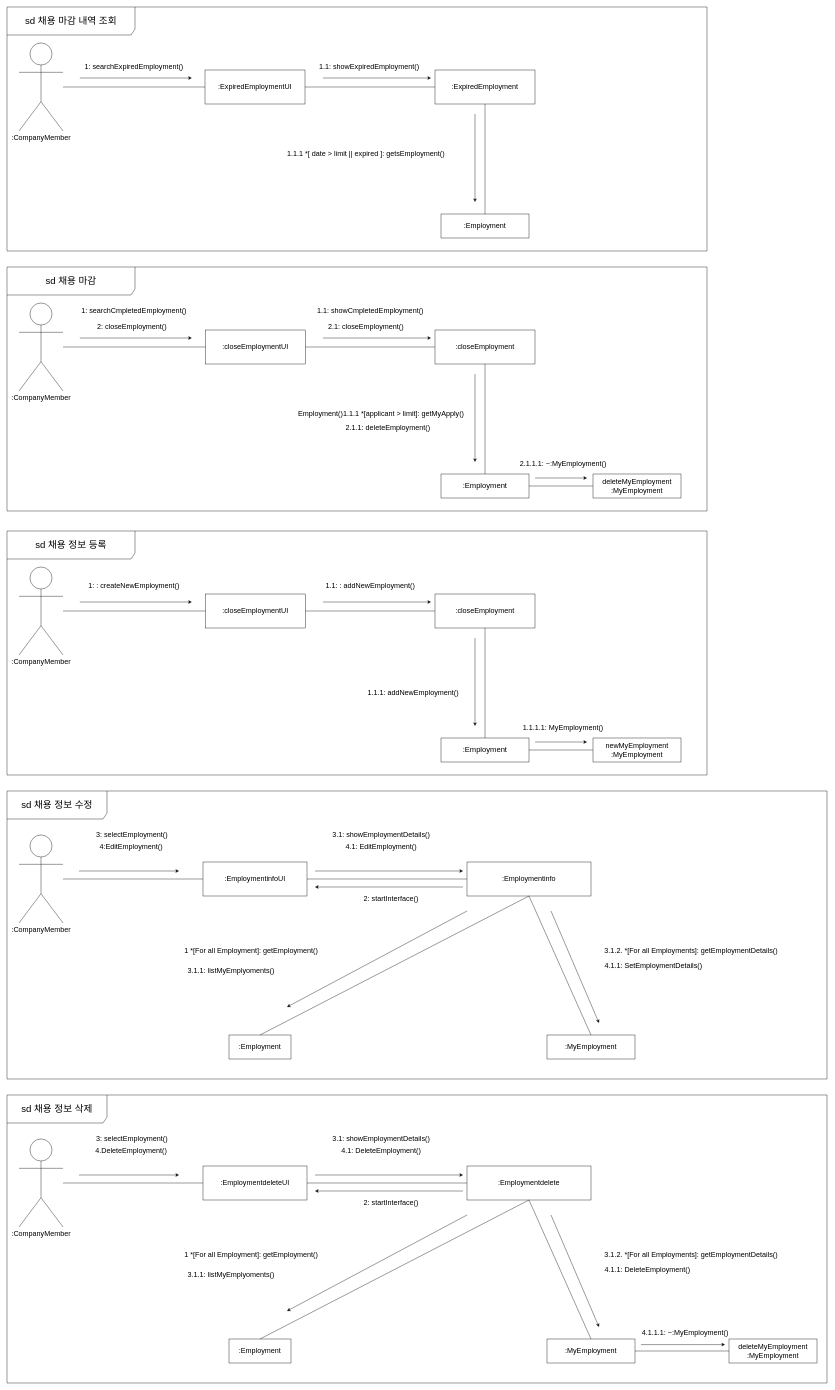
Before: communication-diagram-GOS.drawio in yongun2/2023-hongik-software-engineering, a draw.io diagram. Source tidied: cells renumbered, new cells numbered last; positions are measured from the earlier drawing's top-left corner, leaving out a move shared by most shapes. Both pictures are drawn from the tidied source at 40%, with x=0, y=0 at pixel (7, 7).
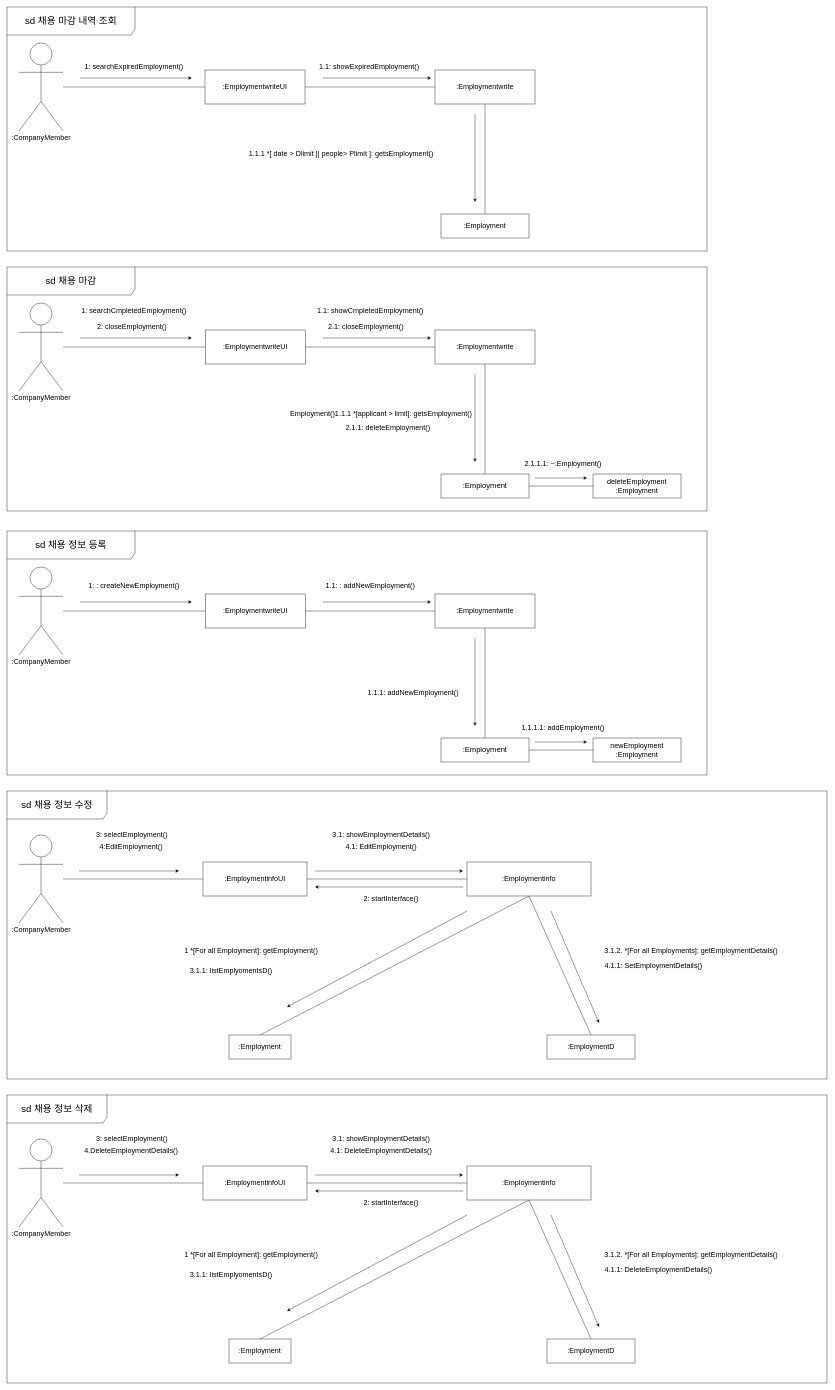
After the change.

Commit message:
권오선 communication diagram ver.2

Change to the diagram source:
```diff
@@
-    <mxCell id="3" value="&lt;font style=&quot;font-size: 18px;&quot;&gt;:ExpiredEmploymentUI&lt;/font&gt;" style="rounded=0;whiteSpace=wrap;html=1;" parent="1" vertex="1">
+    <mxCell id="3" value="&lt;font style=&quot;font-size: 18px;&quot;&gt;:Employmentwrite&lt;/font&gt;&lt;span style=&quot;font-size: 18px; background-color: initial;&quot;&gt;UI&lt;/span&gt;" style="rounded=0;whiteSpace=wrap;html=1;" parent="1" vertex="1">
       <mxGeometry x="495" y="157.5" width="250" height="85" as="geometry" />
     </mxCell>
-    <mxCell id="4" value="&lt;font style=&quot;font-size: 18px;&quot;&gt;&lt;font style=&quot;font-size: 18px;&quot;&gt;:&lt;/font&gt;ExpiredEmployment&lt;/font&gt;" style="rounded=0;whiteSpace=wrap;html=1;" parent="1" vertex="1">
+    <mxCell id="4" value="&lt;font style=&quot;font-size: 18px;&quot;&gt;&lt;font style=&quot;font-size: 18px;&quot;&gt;&lt;font style=&quot;font-size: 18px;&quot;&gt;:&lt;/font&gt;Employment&lt;/font&gt;write&lt;/font&gt;" style="rounded=0;whiteSpace=wrap;html=1;" parent="1" vertex="1">
       <mxGeometry x="1070" y="157.5" width="250" height="85" as="geometry" />
     </mxCell>
@@
-    <mxCell id="14" value="&lt;font style=&quot;font-size: 18px;&quot;&gt;1.1.1 *[ date &amp;gt; limit || expired ]: get&lt;/font&gt;&lt;font style=&quot;border-color: var(--border-color); font-size: 18px;&quot;&gt;sEmployment()&lt;/font&gt;" style="text;html=1;align=center;verticalAlign=middle;strokeColor=none;fillColor=none;" parent="1" vertex="1">
-      <mxGeometry x="687" y="348" width="420" height="40" as="geometry" />
+    <mxCell id="14" value="&lt;font style=&quot;font-size: 18px;&quot;&gt;1.1.1 *[ date &amp;gt; Dlimit || people&amp;gt; Plimit ]: get&lt;/font&gt;&lt;font style=&quot;border-color: var(--border-color); font-size: 18px;&quot;&gt;sEmployment()&lt;/font&gt;" style="text;html=1;align=center;verticalAlign=middle;strokeColor=none;fillColor=none;" parent="1" vertex="1">
+      <mxGeometry x="590" y="348" width="490" height="40" as="geometry" />
     </mxCell>
@@
-    <mxCell id="23" value="&lt;font style=&quot;font-size: 18px;&quot;&gt;:MyEmployment&lt;/font&gt;" style="rounded=0;whiteSpace=wrap;html=1;" parent="1" vertex="1">
+    <mxCell id="23" value="&lt;font style=&quot;font-size: 18px;&quot;&gt;:EmploymentD&lt;/font&gt;" style="rounded=0;whiteSpace=wrap;html=1;" parent="1" vertex="1">
       <mxGeometry x="1350" y="2570" width="220" height="60" as="geometry" />
     </mxCell>
@@
-    <mxCell id="35" value="&lt;font style=&quot;font-size: 18px;&quot;&gt;3.1.1: listMyEmplyoments()&lt;/font&gt;" style="text;html=1;align=center;verticalAlign=middle;strokeColor=none;fillColor=none;" parent="1" vertex="1">
-      <mxGeometry x="440" y="2390" width="240" height="40" as="geometry" />
+    <mxCell id="35" value="&lt;font style=&quot;font-size: 18px;&quot;&gt;3.1.1: listEmplyomentsD()&lt;/font&gt;" style="text;html=1;align=center;verticalAlign=middle;strokeColor=none;fillColor=none;" parent="1" vertex="1">
+      <mxGeometry x="445" y="2390" width="230" height="40" as="geometry" />
     </mxCell>
@@
-    <mxCell id="41" value="&lt;font style=&quot;font-size: 18px;&quot;&gt;:closeEmploymentUI&lt;/font&gt;" style="rounded=0;whiteSpace=wrap;html=1;" parent="1" vertex="1">
+    <mxCell id="41" value="&lt;font style=&quot;font-size: 18px;&quot;&gt;:Employmentwrite&lt;/font&gt;&lt;span style=&quot;font-size: 18px; background-color: initial;&quot;&gt;UI&lt;/span&gt;" style="rounded=0;whiteSpace=wrap;html=1;" parent="1" vertex="1">
       <mxGeometry x="496" y="807.5" width="250" height="85" as="geometry" />
     </mxCell>
-    <mxCell id="42" value="&lt;font style=&quot;font-size: 18px;&quot;&gt;:closeEmployment&lt;/font&gt;" style="rounded=0;whiteSpace=wrap;html=1;" parent="1" vertex="1">
+    <mxCell id="42" value="&lt;font style=&quot;font-size: 18px;&quot;&gt;&lt;font style=&quot;font-size: 18px;&quot;&gt;:Employment&lt;/font&gt;write&lt;/font&gt;" style="rounded=0;whiteSpace=wrap;html=1;" parent="1" vertex="1">
       <mxGeometry x="1070" y="807.5" width="250" height="85" as="geometry" />
     </mxCell>
@@
-    <mxCell id="52" value="&lt;font style=&quot;font-size: 18px;&quot;&gt;Employment()1.1.1 *[applicant&amp;nbsp;&amp;gt; limit]: getMyApply()&lt;/font&gt;" style="text;html=1;align=center;verticalAlign=middle;strokeColor=none;fillColor=none;" parent="1" vertex="1">
-      <mxGeometry x="715" y="998" width="440" height="40" as="geometry" />
+    <mxCell id="52" value="&lt;font style=&quot;font-size: 18px;&quot;&gt;Employment()1.1.1 *[applicant&amp;nbsp;&amp;gt; limit]:&amp;nbsp;&lt;/font&gt;&lt;font style=&quot;border-color: var(--border-color); font-size: 18px;&quot;&gt;get&lt;/font&gt;&lt;font style=&quot;border-color: var(--border-color); font-size: 18px;&quot;&gt;sEmployment()&lt;/font&gt;" style="text;html=1;align=center;verticalAlign=middle;strokeColor=none;fillColor=none;" parent="1" vertex="1">
+      <mxGeometry x="695" y="998" width="480" height="40" as="geometry" />
     </mxCell>
@@
-    <mxCell id="57" value="&lt;font style=&quot;font-size: 18px;&quot;&gt;&lt;font style=&quot;font-size: 18px;&quot;&gt;deleteMyEmployment&lt;br&gt;:My&lt;/font&gt;Employment&lt;/font&gt;" style="rounded=0;whiteSpace=wrap;html=1;" parent="1" vertex="1">
+    <mxCell id="57" value="&lt;font style=&quot;font-size: 18px;&quot;&gt;&lt;font style=&quot;font-size: 18px;&quot;&gt;deleteEmployment&lt;br&gt;:&lt;/font&gt;Employment&lt;/font&gt;" style="rounded=0;whiteSpace=wrap;html=1;" parent="1" vertex="1">
       <mxGeometry x="1465" y="1167.5" width="220" height="60" as="geometry" />
     </mxCell>
-    <mxCell id="58" value="&lt;font style=&quot;font-size: 18px;&quot;&gt;&lt;font style=&quot;font-size: 18px;&quot;&gt;2.1.1.1: ~&lt;/font&gt;:MyEmployment()&lt;/font&gt;" style="text;html=1;align=center;verticalAlign=middle;strokeColor=none;fillColor=none;" parent="1" vertex="1">
-      <mxGeometry x="1270" y="1122.5" width="240" height="40" as="geometry" />
+    <mxCell id="58" value="&lt;font style=&quot;font-size: 18px;&quot;&gt;&lt;font style=&quot;font-size: 18px;&quot;&gt;2.1.1.1: ~&lt;/font&gt;:Employment()&lt;/font&gt;" style="text;html=1;align=center;verticalAlign=middle;strokeColor=none;fillColor=none;" parent="1" vertex="1">
+      <mxGeometry x="1280" y="1122.5" width="220" height="40" as="geometry" />
     </mxCell>
@@
-    <mxCell id="62" value="&lt;font style=&quot;font-size: 18px;&quot;&gt;:closeEmploymentUI&lt;/font&gt;" style="rounded=0;whiteSpace=wrap;html=1;" parent="1" vertex="1">
+    <mxCell id="62" value="&lt;font style=&quot;font-size: 18px;&quot;&gt;:Employmentwrite&lt;/font&gt;&lt;span style=&quot;font-size: 18px; background-color: initial;&quot;&gt;UI&lt;/span&gt;" style="rounded=0;whiteSpace=wrap;html=1;" parent="1" vertex="1">
       <mxGeometry x="496" y="1467.5" width="250" height="85" as="geometry" />
     </mxCell>
-    <mxCell id="63" value="&lt;font style=&quot;font-size: 18px;&quot;&gt;:closeEmployment&lt;/font&gt;" style="rounded=0;whiteSpace=wrap;html=1;" parent="1" vertex="1">
+    <mxCell id="63" value="&lt;font style=&quot;font-size: 18px;&quot;&gt;&lt;font style=&quot;font-size: 18px;&quot;&gt;:Employment&lt;/font&gt;write&lt;/font&gt;" style="rounded=0;whiteSpace=wrap;html=1;" parent="1" vertex="1">
       <mxGeometry x="1070" y="1467.5" width="250" height="85" as="geometry" />
     </mxCell>
@@
-    <mxCell id="75" value="&lt;font style=&quot;font-size: 18px;&quot;&gt;&lt;font style=&quot;font-size: 18px;&quot;&gt;newMyEmployment&lt;br&gt;:My&lt;/font&gt;Employment&lt;/font&gt;" style="rounded=0;whiteSpace=wrap;html=1;" parent="1" vertex="1">
+    <mxCell id="75" value="&lt;font style=&quot;font-size: 18px;&quot;&gt;&lt;font style=&quot;font-size: 18px;&quot;&gt;newEmployment&lt;br&gt;&lt;/font&gt;:Employment&lt;/font&gt;" style="rounded=0;whiteSpace=wrap;html=1;" parent="1" vertex="1">
       <mxGeometry x="1465" y="1827.5" width="220" height="60" as="geometry" />
     </mxCell>
-    <mxCell id="76" value="&lt;font style=&quot;font-size: 18px;&quot;&gt;&lt;font style=&quot;font-size: 18px;&quot;&gt;1.1.1.1: My&lt;/font&gt;Employment()&lt;/font&gt;" style="text;html=1;align=center;verticalAlign=middle;strokeColor=none;fillColor=none;" parent="1" vertex="1">
-      <mxGeometry x="1280" y="1782.5" width="220" height="40" as="geometry" />
+    <mxCell id="76" value="&lt;font style=&quot;font-size: 18px;&quot;&gt;&lt;font style=&quot;font-size: 18px;&quot;&gt;1.1.1.1: add&lt;/font&gt;Employment()&lt;/font&gt;" style="text;html=1;align=center;verticalAlign=middle;strokeColor=none;fillColor=none;" parent="1" vertex="1">
+      <mxGeometry x="1275" y="1782.5" width="230" height="40" as="geometry" />
     </mxCell>
@@
-    <mxCell id="81" value="&lt;font style=&quot;font-size: 18px;&quot;&gt;:EmploymentdeleteUI&lt;/font&gt;" style="rounded=0;whiteSpace=wrap;html=1;" parent="1" vertex="1">
+    <mxCell id="81" value="&lt;font style=&quot;font-size: 18px;&quot;&gt;:EmploymentinfoUI&lt;/font&gt;" style="rounded=0;whiteSpace=wrap;html=1;" parent="1" vertex="1">
       <mxGeometry x="490" y="2897.5" width="260" height="85" as="geometry" />
     </mxCell>
-    <mxCell id="82" value="&lt;font style=&quot;font-size: 18px;&quot;&gt;:Employmentdelete&lt;/font&gt;" style="rounded=0;whiteSpace=wrap;html=1;" parent="1" vertex="1">
+    <mxCell id="82" value="&lt;font style=&quot;font-size: 18px;&quot;&gt;:Employmentinfo&lt;/font&gt;" style="rounded=0;whiteSpace=wrap;html=1;" parent="1" vertex="1">
       <mxGeometry x="1150" y="2897.5" width="310" height="85" as="geometry" />
     </mxCell>
@@
-    <mxCell id="86" value="&lt;font style=&quot;font-size: 18px;&quot;&gt;:MyEmployment&lt;/font&gt;" style="rounded=0;whiteSpace=wrap;html=1;" parent="1" vertex="1">
+    <mxCell id="86" value="&lt;font style=&quot;font-size: 18px;&quot;&gt;:EmploymentD&lt;/font&gt;" style="rounded=0;whiteSpace=wrap;html=1;" parent="1" vertex="1">
       <mxGeometry x="1350" y="3330" width="220" height="60" as="geometry" />
     </mxCell>
@@
-    <mxCell id="98" value="&lt;font style=&quot;font-size: 18px;&quot;&gt;3.1.1: listMyEmplyoments()&lt;/font&gt;" style="text;html=1;align=center;verticalAlign=middle;strokeColor=none;fillColor=none;" parent="1" vertex="1">
-      <mxGeometry x="440" y="3150" width="240" height="40" as="geometry" />
+    <mxCell id="98" value="&lt;font style=&quot;font-size: 18px;&quot;&gt;3.1.1: listEmplyomentsD()&lt;/font&gt;" style="text;html=1;align=center;verticalAlign=middle;strokeColor=none;fillColor=none;" parent="1" vertex="1">
+      <mxGeometry x="445" y="3150" width="230" height="40" as="geometry" />
     </mxCell>
@@
-    <mxCell id="100" value="&lt;font style=&quot;font-size: 18px;&quot;&gt;&lt;font style=&quot;font-size: 18px;&quot;&gt;4.1: Delete&lt;/font&gt;Employment()&lt;/font&gt;" style="text;html=1;align=center;verticalAlign=middle;strokeColor=none;fillColor=none;" parent="1" vertex="1">
-      <mxGeometry x="825" y="2840" width="220" height="40" as="geometry" />
+    <mxCell id="100" value="&lt;font style=&quot;font-size: 18px;&quot;&gt;&lt;font style=&quot;font-size: 18px;&quot;&gt;&lt;font style=&quot;font-size: 18px;&quot;&gt;4.1: Delete&lt;/font&gt;Employment&lt;/font&gt;Details()&lt;/font&gt;" style="text;html=1;align=center;verticalAlign=middle;strokeColor=none;fillColor=none;" parent="1" vertex="1">
+      <mxGeometry x="795" y="2840" width="280" height="40" as="geometry" />
     </mxCell>
-    <mxCell id="101" value="&lt;font style=&quot;font-size: 18px;&quot;&gt;&lt;font style=&quot;border-color: var(--border-color); text-align: center; font-size: 18px;&quot;&gt;4.1.1: Delete&lt;/font&gt;Employment()&lt;/font&gt;" style="text;whiteSpace=wrap;html=1;" parent="1" vertex="1">
+    <mxCell id="101" value="&lt;font style=&quot;font-size: 18px;&quot;&gt;&lt;font style=&quot;font-size: 18px;&quot;&gt;&lt;font style=&quot;border-color: var(--border-color); text-align: center; font-size: 18px;&quot;&gt;4.1.1: Delete&lt;/font&gt;&lt;/font&gt;EmploymentDetails()&lt;/font&gt;" style="text;whiteSpace=wrap;html=1;" parent="1" vertex="1">
       <mxGeometry x="1492" y="3140" width="560" height="50" as="geometry" />
     </mxCell>
-    <mxCell id="102" value="&lt;font style=&quot;font-size: 18px;&quot;&gt;4.Delete&lt;/font&gt;&lt;span style=&quot;font-size: 18px; background-color: initial;&quot;&gt;Employment()&lt;/span&gt;" style="text;html=1;align=center;verticalAlign=middle;strokeColor=none;fillColor=none;" parent="1" vertex="1">
-      <mxGeometry x="210" y="2840" width="200" height="40" as="geometry" />
+    <mxCell id="102" value="&lt;font style=&quot;font-size: 18px;&quot;&gt;&lt;font style=&quot;font-size: 18px;&quot;&gt;4.Delete&lt;/font&gt;&lt;span style=&quot;background-color: initial;&quot;&gt;Employment&lt;/span&gt;Details()&lt;/font&gt;" style="text;html=1;align=center;verticalAlign=middle;strokeColor=none;fillColor=none;" parent="1" vertex="1">
+      <mxGeometry x="180" y="2840" width="260" height="40" as="geometry" />
     </mxCell>
-    <mxCell id="103" value="&lt;font style=&quot;font-size: 18px;&quot;&gt;&lt;font style=&quot;font-size: 18px;&quot;&gt;deleteMyEmployment&lt;br&gt;:&lt;/font&gt;MyEmployment&lt;/font&gt;" style="rounded=0;whiteSpace=wrap;html=1;" parent="1" vertex="1">
-      <mxGeometry x="1805" y="3330" width="220" height="60" as="geometry" />
-    </mxCell>
-    <mxCell id="104" style="endArrow=none;html=1;rounded=0;exitX=1;exitY=0.5;exitDx=0;exitDy=0;entryX=0;entryY=0.5;entryDx=0;entryDy=0;" parent="1" edge="1" target="103">
-      <mxGeometry relative="1" as="geometry">
-        <mxPoint x="1570" y="3360" as="sourcePoint" />
-      </mxGeometry>
-    </mxCell>
-    <mxCell id="105" style="endArrow=classic;html=1;rounded=0;" parent="1" edge="1">
-      <mxGeometry relative="1" as="geometry">
-        <mxPoint x="1585" y="3344" as="sourcePoint" />
-        <mxPoint x="1795" y="3344" as="targetPoint" />
-      </mxGeometry>
-    </mxCell>
-    <mxCell id="106" value="&lt;font style=&quot;font-size: 18px;&quot;&gt;4.1.1.1: ~:MyEmployment()&lt;/font&gt;" style="text;html=1;align=center;verticalAlign=middle;strokeColor=none;fillColor=none;" parent="1" vertex="1">
-      <mxGeometry x="1575" y="3295" width="240" height="40" as="geometry" />
-    </mxCell>
```
